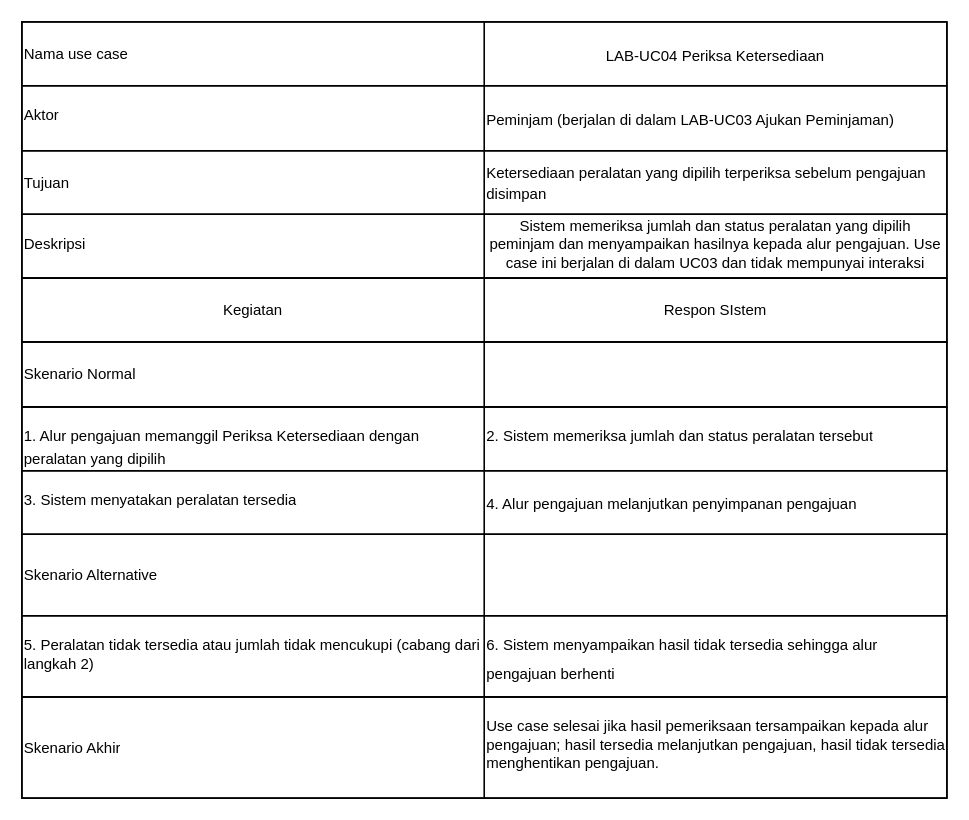
Earlier version of the draw.io diagram page "Page-4" (4 of 12) of 04_model_analisis/P05/LAB/P05_2406033_LAB_skenario_v01.drawio (2406033-Faisal/IFRWP5149_2406033_LabAlat). Source tidied: cells renumbered, new cells numbered last; positions are measured from the earlier drawing's top-left corner, leaving out a move shared by most shapes. Both pictures are drawn from the tidied source at 125%, with x=0, y=0 at pixel (21, 21).
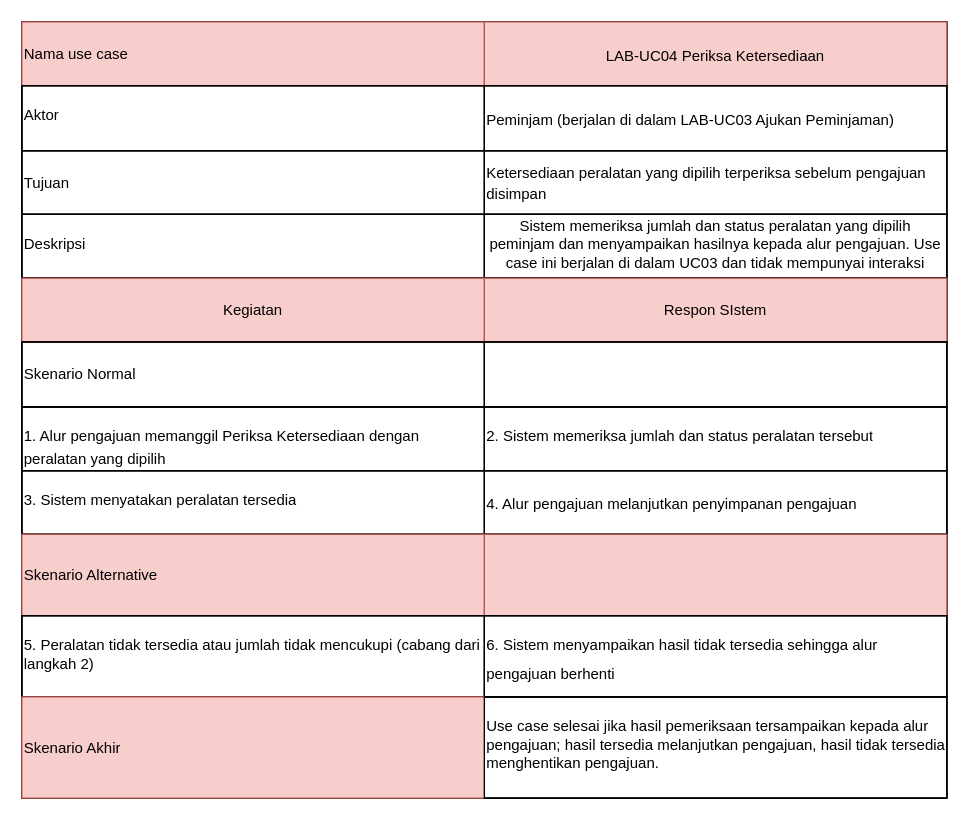
Above is the later version.

The change refers to these unchanged cells:
```xml
<mxCell id="3" style="shape=tableRow;horizontal=0;startSize=0;swimlaneHead=0;swimlaneBody=0;strokeColor=inherit;fillColor=none;fixedHeader=1;fontFamily=Helvetica;" parent="2" vertex="1">
  <mxGeometry width="740" height="51" as="geometry" />
</mxCell>
<mxCell id="15" style="shape=tableRow;horizontal=0;startSize=0;swimlaneHead=0;swimlaneBody=0;strokeColor=inherit;fillColor=none;fixedHeader=1;fontFamily=Helvetica;" parent="2" vertex="1">
  <mxGeometry y="205" width="740" height="51" as="geometry" />
</mxCell>
<mxCell id="27" style="shape=tableRow;horizontal=0;startSize=0;swimlaneHead=0;swimlaneBody=0;strokeColor=inherit;fillColor=none;fixedHeader=1;fontFamily=Helvetica;" parent="2" vertex="1">
  <mxGeometry y="410" width="740" height="65" as="geometry" />
</mxCell>
<mxCell id="33" style="shape=tableRow;horizontal=0;startSize=0;swimlaneHead=0;swimlaneBody=0;strokeColor=inherit;fillColor=none;fixedHeader=1;align=left;fontFamily=Helvetica;fontStyle=1;" parent="2" vertex="1">
  <mxGeometry y="540" width="740" height="81" as="geometry" />
</mxCell>
```

Diff of the diagram source:
```diff
@@
-    <mxCell id="4" value="Nama use case" style="shape=partialRectangle;html=1;whiteSpace=wrap;strokeColor=inherit;overflow=hidden;fillColor=none;align=left;fontFamily=Helvetica;fontStyle=0;" parent="3" vertex="1">
+    <mxCell id="4" value="Nama use case" style="shape=partialRectangle;html=1;whiteSpace=wrap;strokeColor=#b85450;overflow=hidden;fillColor=#f8cecc;align=left;fontFamily=Helvetica;fontStyle=0;" parent="3" vertex="1">
       <mxGeometry width="370" height="51" as="geometry" />
     </mxCell>
-    <mxCell id="5" value="&lt;span class=&quot;&quot;&gt;LAB-UC04 Periksa Ketersediaan&lt;/span&gt;&lt;span class=&quot;&quot;&gt;&lt;span&gt;&lt;sup class=&quot;superscript&quot;&gt;&lt;/sup&gt;&lt;/span&gt;&lt;/span&gt; " style="shape=partialRectangle;html=1;whiteSpace=wrap;strokeColor=inherit;overflow=hidden;fillColor=none;fontFamily=Helvetica;" parent="3" vertex="1">
+    <mxCell id="5" value="&lt;span class=&quot;&quot;&gt;LAB-UC04 Periksa Ketersediaan&lt;/span&gt;&lt;span class=&quot;&quot;&gt;&lt;span&gt;&lt;sup class=&quot;superscript&quot;&gt;&lt;/sup&gt;&lt;/span&gt;&lt;/span&gt; " style="shape=partialRectangle;html=1;whiteSpace=wrap;strokeColor=#b85450;overflow=hidden;fillColor=#f8cecc;fontFamily=Helvetica;" parent="3" vertex="1">
       <mxGeometry x="370" width="370" height="51" as="geometry" />
     </mxCell>
@@
-    <mxCell id="16" value="Kegiatan" style="shape=partialRectangle;html=1;whiteSpace=wrap;strokeColor=inherit;overflow=hidden;fillColor=none;align=center;fontFamily=Helvetica;fontStyle=0;" parent="15" vertex="1">
+    <mxCell id="16" value="Kegiatan" style="shape=partialRectangle;html=1;whiteSpace=wrap;strokeColor=#b85450;overflow=hidden;fillColor=#f8cecc;align=center;fontFamily=Helvetica;fontStyle=0;" parent="15" vertex="1">
       <mxGeometry width="370" height="51" as="geometry" />
     </mxCell>
-    <mxCell id="17" value="Respon SIstem" style="shape=partialRectangle;html=1;whiteSpace=wrap;strokeColor=inherit;overflow=hidden;fillColor=none;fontFamily=Helvetica;" parent="15" vertex="1">
+    <mxCell id="17" value="Respon SIstem" style="shape=partialRectangle;html=1;whiteSpace=wrap;strokeColor=#b85450;overflow=hidden;fillColor=#f8cecc;fontFamily=Helvetica;" parent="15" vertex="1">
       <mxGeometry x="370" width="370" height="51" as="geometry" />
     </mxCell>
@@
-    <mxCell id="28" value="Skenario Alternative" style="shape=partialRectangle;html=1;whiteSpace=wrap;strokeColor=inherit;overflow=hidden;fillColor=none;align=left;fontFamily=Helvetica;fontStyle=0;" parent="27" vertex="1">
+    <mxCell id="28" value="Skenario Alternative" style="shape=partialRectangle;html=1;whiteSpace=wrap;strokeColor=#b85450;overflow=hidden;fillColor=#f8cecc;align=left;fontFamily=Helvetica;fontStyle=0;" parent="27" vertex="1">
       <mxGeometry width="370" height="65" as="geometry" />
     </mxCell>
-    <mxCell id="29" style="shape=partialRectangle;html=1;whiteSpace=wrap;strokeColor=inherit;overflow=hidden;fillColor=none;fontFamily=Helvetica;" parent="27" vertex="1">
+    <mxCell id="29" style="shape=partialRectangle;html=1;whiteSpace=wrap;strokeColor=#b85450;overflow=hidden;fillColor=#f8cecc;fontFamily=Helvetica;" parent="27" vertex="1">
       <mxGeometry x="370" width="370" height="65" as="geometry" />
     </mxCell>
@@
-    <mxCell id="34" value="Skenario Akhir" style="shape=partialRectangle;html=1;whiteSpace=wrap;strokeColor=inherit;overflow=hidden;fillColor=none;align=left;fontStyle=0;fontFamily=Helvetica;" parent="33" vertex="1">
+    <mxCell id="34" value="Skenario Akhir" style="shape=partialRectangle;html=1;whiteSpace=wrap;strokeColor=#b85450;overflow=hidden;fillColor=#f8cecc;align=left;fontStyle=0;fontFamily=Helvetica;" parent="33" vertex="1">
       <mxGeometry width="370" height="81" as="geometry" />
     </mxCell>
```
